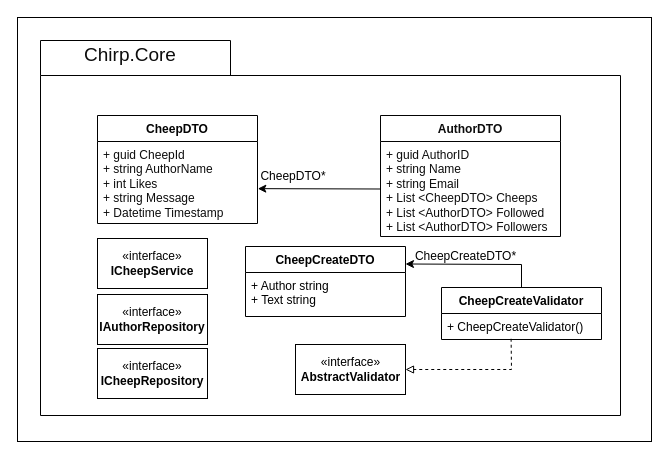
Above: Docs/Images/PackagesUMLClassDiagrams/PackageCoreUMLDiagram.drawio in ITU-BDSA23-GROUP4/Chirp (draw.io), before the change. Source tidied: cells renumbered, new cells numbered last; positions are measured from the earlier drawing's top-left corner, leaving out a move shared by most shapes. Both pictures are drawn from the tidied source at 100%, with x=0, y=0 at pixel (17, 17).
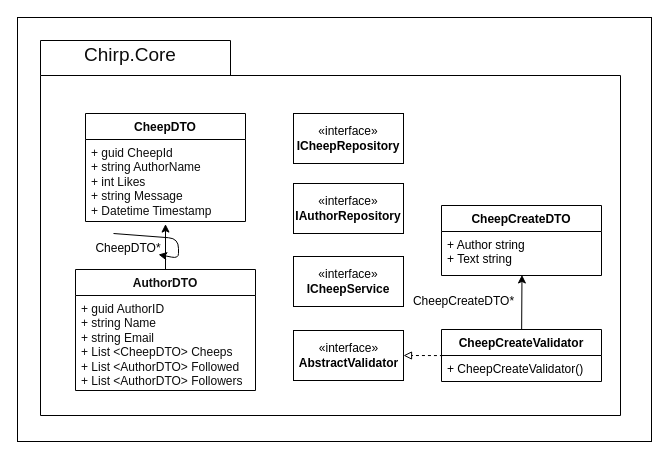
The same page after the edit.

Unchanged cells that the change refers to:
```xml
<mxCell id="5" value="&lt;font color=&quot;#0d0d0d&quot;&gt;+ guid CheepId&lt;br&gt;+ string AuthorName&lt;br&gt;+ int Likes&lt;br&gt;+ string Message&lt;br&gt;+ Datetime Timestamp&lt;/font&gt;" style="text;strokeColor=none;fillColor=none;align=left;verticalAlign=top;spacingLeft=4;spacingRight=4;overflow=hidden;points=[[0,0.5],[1,0.5]];portConstraint=eastwest;whiteSpace=wrap;html=1;" parent="4" vertex="1">
  <mxGeometry y="26" width="160" height="82" as="geometry" />
</mxCell>
<mxCell id="7" value="&lt;font color=&quot;#0d0d0d&quot;&gt;+ guid AuthorID&lt;br&gt;+ string Name&lt;br&gt;+ string Email&lt;br&gt;+ List &amp;lt;CheepDTO&amp;gt; Cheeps&lt;br&gt;+ List &amp;lt;AuthorDTO&amp;gt; Followed&lt;br&gt;+ List &amp;lt;AuthorDTO&amp;gt; Followers&lt;br&gt;&lt;/font&gt;" style="text;strokeColor=none;fillColor=none;align=left;verticalAlign=top;spacingLeft=4;spacingRight=4;overflow=hidden;points=[[0,0.5],[1,0.5]];portConstraint=eastwest;whiteSpace=wrap;html=1;" parent="6" vertex="1">
  <mxGeometry y="26" width="180" height="95" as="geometry" />
</mxCell>
<mxCell id="10" value="&lt;font color=&quot;#000000&quot;&gt;+ Author string&lt;br&gt;+ Text string&lt;/font&gt;" style="text;strokeColor=none;fillColor=none;align=left;verticalAlign=top;spacingLeft=4;spacingRight=4;overflow=hidden;points=[[0,0.5],[1,0.5]];portConstraint=eastwest;whiteSpace=wrap;html=1;" parent="9" vertex="1">
  <mxGeometry y="26" width="160" height="44" as="geometry" />
</mxCell>
<mxCell id="18" value="+ CheepCreateValidator()" style="text;strokeColor=none;fillColor=none;align=left;verticalAlign=top;spacingLeft=4;spacingRight=4;overflow=hidden;points=[[0,0.5],[1,0.5]];portConstraint=eastwest;labelBackgroundColor=none;strokeWidth=1;fontColor=#000000;" parent="17" vertex="1">
  <mxGeometry y="26" width="160" height="26" as="geometry" />
</mxCell>
```

Change to the diagram source:
```diff
@@
     <mxCell id="4" value="&lt;font color=&quot;#030303&quot;&gt;CheepDTO&lt;/font&gt;" style="swimlane;fontStyle=1;align=center;verticalAlign=top;horizontal=1;startSize=26;whiteSpace=wrap;html=1;strokeColor=#000000;fillColor=none;" parent="1" vertex="1">
-      <mxGeometry x="80" y="98" width="160" height="108" as="geometry" />
+      <mxGeometry x="68" y="96" width="160" height="108" as="geometry" />
     </mxCell>
@@
     <mxCell id="6" value="&lt;font color=&quot;#0d0d0d&quot;&gt;AuthorDTO&lt;/font&gt;" style="swimlane;fontStyle=1;align=center;verticalAlign=top;horizontal=1;startSize=26;whiteSpace=wrap;html=1;fillColor=none;strokeWidth=1;strokeColor=#030303;" parent="1" vertex="1">
-      <mxGeometry x="363" y="98" width="180" height="121" as="geometry" />
+      <mxGeometry x="58" y="252" width="180" height="121" as="geometry" />
     </mxCell>
@@
     <mxCell id="8" value="&lt;font color=&quot;#000000&quot;&gt;CheepDTO*&lt;/font&gt;" style="text;html=1;strokeColor=none;fillColor=none;align=center;verticalAlign=middle;whiteSpace=wrap;rounded=0;" parent="1" vertex="1">
-      <mxGeometry x="246" y="144" width="60" height="30" as="geometry" />
+      <mxGeometry x="81" y="216" width="60" height="30" as="geometry" />
     </mxCell>
     <mxCell id="9" value="&lt;font color=&quot;#000000&quot;&gt;CheepCreateDTO&lt;/font&gt;" style="swimlane;fontStyle=1;align=center;verticalAlign=top;horizontal=1;startSize=26;whiteSpace=wrap;html=1;strokeColor=#000000;fillColor=none;" parent="1" vertex="1">
-      <mxGeometry x="228" y="229" width="160" height="70" as="geometry" />
+      <mxGeometry x="424" y="188" width="160" height="70" as="geometry" />
     </mxCell>
@@
     <mxCell id="12" value="&lt;font color=&quot;#000000&quot;&gt;«interface»&lt;br&gt;&lt;b&gt;ICheepRepository&lt;/b&gt;&lt;/font&gt;" style="html=1;whiteSpace=wrap;strokeColor=#000000;fillColor=none;" parent="1" vertex="1">
-      <mxGeometry x="80" y="331" width="110" height="50" as="geometry" />
+      <mxGeometry x="276" y="96" width="110" height="50" as="geometry" />
     </mxCell>
     <mxCell id="13" value="&lt;font color=&quot;#030303&quot;&gt;«interface»&lt;br&gt;&lt;b&gt;IAuthorRepository&lt;/b&gt;&lt;/font&gt;" style="html=1;whiteSpace=wrap;strokeColor=#000000;fillColor=none;" parent="1" vertex="1">
-      <mxGeometry x="80" y="277" width="110" height="50" as="geometry" />
+      <mxGeometry x="276" y="166" width="110" height="50" as="geometry" />
     </mxCell>
     <mxCell id="14" value="&lt;font color=&quot;#030303&quot;&gt;«interface»&lt;br&gt;&lt;b&gt;ICheepService&lt;/b&gt;&lt;/font&gt;" style="html=1;whiteSpace=wrap;strokeColor=#000000;fillColor=none;" parent="1" vertex="1">
-      <mxGeometry x="80" y="221" width="110" height="50" as="geometry" />
+      <mxGeometry x="276" y="239" width="110" height="50" as="geometry" />
     </mxCell>
-    <mxCell id="15" style="edgeStyle=none;html=1;entryX=1;entryY=0.5;entryDx=0;entryDy=0;strokeColor=#000000;fontColor=#000000;endArrow=block;endFill=0;exitX=0.435;exitY=0.971;exitDx=0;exitDy=0;exitPerimeter=0;rounded=0;dashed=1;" parent="1" edge="1" source="18" target="19">
-      <mxGeometry relative="1" as="geometry">
-        <Array as="points">
-          <mxPoint x="494" y="352" />
-        </Array>
-      </mxGeometry>
+    <mxCell id="15" style="edgeStyle=none;html=1;entryX=1;entryY=0.5;entryDx=0;entryDy=0;strokeColor=#000000;fontColor=#000000;endArrow=block;endFill=0;exitX=0.009;exitY=0.003;exitDx=0;exitDy=0;exitPerimeter=0;rounded=0;dashed=1;" parent="1" edge="1" source="18" target="19">
+      <mxGeometry relative="1" as="geometry" />
     </mxCell>
-    <mxCell id="16" style="edgeStyle=none;rounded=0;html=1;entryX=1;entryY=0.25;entryDx=0;entryDy=0;strokeColor=#000000;fontColor=#000000;endArrow=classic;endFill=1;" parent="1" edge="1" source="17" target="9">
-      <mxGeometry relative="1" as="geometry">
-        <Array as="points">
-          <mxPoint x="504" y="247" />
-        </Array>
-      </mxGeometry>
+    <mxCell id="16" style="edgeStyle=none;rounded=0;html=1;entryX=0.503;entryY=0.988;entryDx=0;entryDy=0;strokeColor=#000000;fontColor=#000000;endArrow=classic;endFill=1;entryPerimeter=0;" parent="1" edge="1" source="17" target="10">
+      <mxGeometry relative="1" as="geometry" />
     </mxCell>
     <mxCell id="17" value="CheepCreateValidator" style="swimlane;fontStyle=1;align=center;verticalAlign=top;horizontal=1;startSize=26;labelBackgroundColor=none;strokeColor=#000000;strokeWidth=1;fontColor=#000000;fillColor=none;" parent="1" vertex="1">
-      <mxGeometry x="424" y="270" width="160" height="52" as="geometry" />
+      <mxGeometry x="424" y="312" width="160" height="52" as="geometry" />
     </mxCell>
@@
     <mxCell id="19" value="«interface»&lt;br&gt;&lt;b&gt;AbstractValidator&lt;/b&gt;" style="html=1;labelBackgroundColor=none;strokeColor=#000000;strokeWidth=1;fontColor=#000000;fillColor=none;" parent="1" vertex="1">
-      <mxGeometry x="278" y="327" width="110" height="50" as="geometry" />
+      <mxGeometry x="276" y="313" width="110" height="50" as="geometry" />
     </mxCell>
@@
     <mxCell id="21" value="CheepCreateDTO*" style="text;html=1;align=center;verticalAlign=middle;strokeColor=none;fillColor=none;fontColor=#000000;" parent="1" vertex="1">
-      <mxGeometry x="388" y="226" width="119" height="26" as="geometry" />
+      <mxGeometry x="386" y="271" width="119" height="26" as="geometry" />
     </mxCell>
-    <mxCell id="22" style="edgeStyle=none;html=1;exitX=0;exitY=0.5;exitDx=0;exitDy=0;strokeColor=#000000;endArrow=classic;endFill=1;entryX=1.002;entryY=0.575;entryDx=0;entryDy=0;entryPerimeter=0;" parent="1" edge="1" source="7" target="5">
+    <mxCell id="22" style="edgeStyle=none;html=1;exitX=0.5;exitY=0;exitDx=0;exitDy=0;strokeColor=#000000;endArrow=classic;endFill=1;entryX=0.5;entryY=1.031;entryDx=0;entryDy=0;entryPerimeter=0;" parent="1" edge="1" source="6" target="5">
       <mxGeometry relative="1" as="geometry" />
     </mxCell>
+    <mxCell id="23" style="edgeStyle=none;html=1;exitX=0.25;exitY=0;exitDx=0;exitDy=0;" parent="1" edge="1" source="8" target="8">
+      <mxGeometry relative="1" as="geometry" />
+    </mxCell>
```
